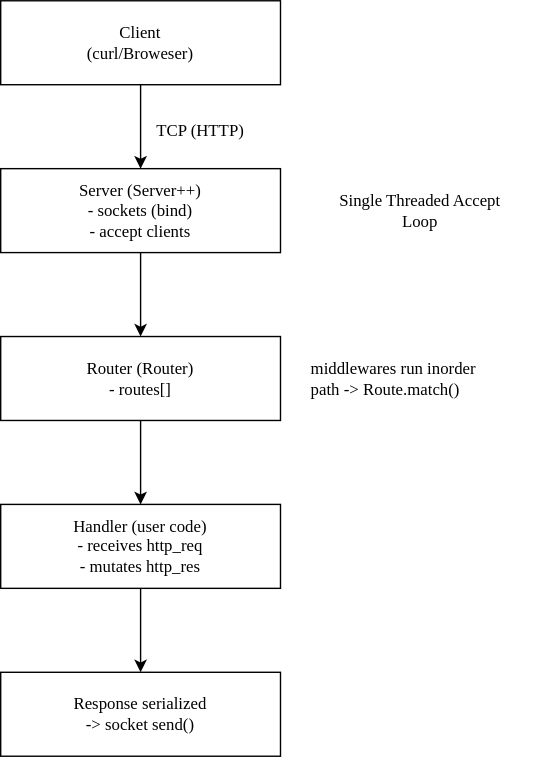
The draw.io diagram assets/Architecture.svg in black-operative/Server-Plus-Plus, before a commit. Source tidied: cells renumbered, new cells last; positions are measured from the earlier drawing's top-left corner, leaving out a move shared by most shapes.
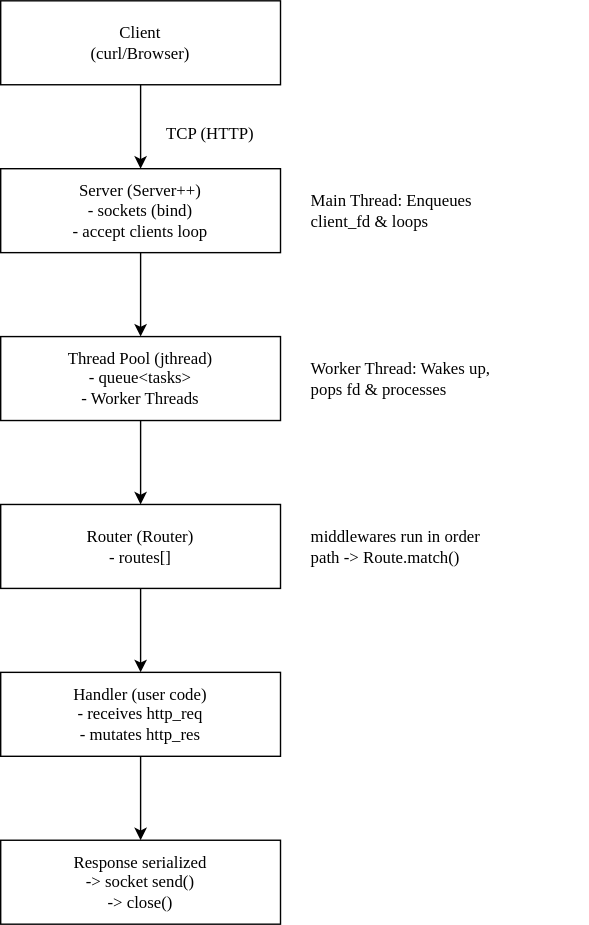
After the change.

Commit message:
- Move to C++20 for `std::jthread` - Add `std::jthread` based Thread_Pool class for parrallel execution.

The edit, as a diff of the source:
```diff
@@ -2,41 +2,50 @@
   <root>
     <mxCell id="0" />
     <mxCell id="1" parent="0" />
-    <mxCell id="2" style="edgeStyle=orthogonalEdgeStyle;rounded=0;jettySize=auto;html=1;fontFamily=Lucida Console;" parent="1" edge="1" source="3" target="5">
-      <mxGeometry relative="1" as="geometry" />
-    </mxCell>
-    <mxCell id="3" value="Client&lt;div&gt;(curl/Broweser)&lt;/div&gt;" style="rounded=0;whiteSpace=wrap;html=1;fontFamily=Lucida Console;" parent="1" vertex="1">
-      <mxGeometry width="200" height="60" as="geometry" />
-    </mxCell>
-    <mxCell id="4" style="edgeStyle=orthogonalEdgeStyle;rounded=0;jettySize=auto;html=1;fontFamily=Lucida Console;" parent="1" edge="1" source="5" target="7">
-      <mxGeometry relative="1" as="geometry" />
-    </mxCell>
-    <mxCell id="5" value="Server (Server++)&lt;div&gt;- sockets (bind)&lt;/div&gt;&lt;div&gt;- accept clients&lt;/div&gt;" style="rounded=0;whiteSpace=wrap;html=1;fontFamily=Lucida Console;" parent="1" vertex="1">
-      <mxGeometry y="120" width="200" height="60" as="geometry" />
-    </mxCell>
+    <mxCell id="14" value="Client&lt;div&gt;(curl/Browser)&lt;/div&gt;" style="rounded=0;whiteSpace=wrap;html=1;fontFamily=Lucida Console;" parent="1" vertex="1">
+      <mxGeometry y="-120" width="200" height="60" as="geometry" />
+    </mxCell>
+    <mxCell id="15" style="edgeStyle=orthogonalEdgeStyle;rounded=0;jettySize=auto;html=1;fontFamily=Lucida Console;" parent="1" edge="1" source="14" target="16">
+      <mxGeometry relative="1" as="geometry" />
+    </mxCell>
+    <mxCell id="16" value="Server (Server++)&lt;div&gt;- sockets (bind)&lt;/div&gt;&lt;div&gt;- accept clients loop&lt;/div&gt;" style="rounded=0;whiteSpace=wrap;html=1;fontFamily=Lucida Console;" parent="1" vertex="1">
+      <mxGeometry width="200" height="60" as="geometry" />
+    </mxCell>
+    <mxCell id="17" style="edgeStyle=orthogonalEdgeStyle;rounded=0;jettySize=auto;html=1;fontFamily=Lucida Console;" parent="1" edge="1" source="16" target="18">
+      <mxGeometry relative="1" as="geometry" />
+    </mxCell>
+    <mxCell id="18" value="Thread Pool (jthread)&lt;div&gt;- queue&amp;lt;tasks&amp;gt;&lt;/div&gt;&lt;div&gt;- Worker Threads&lt;/div&gt;" style="rounded=0;whiteSpace=wrap;html=1;fontFamily=Lucida Console;fillColor=default;strokeColor=default;align=center;verticalAlign=middle;fontSize=12;fontColor=default;" parent="1" vertex="1">
+      <mxGeometry y="120" width="200" height="60" as="geometry" />
+    </mxCell>
+    <mxCell id="19" style="edgeStyle=orthogonalEdgeStyle;rounded=0;jettySize=auto;html=1;fontFamily=Lucida Console;" parent="1" edge="1" source="18" target="7">
+      <mxGeometry relative="1" as="geometry" />
+    </mxCell>
+    <mxCell id="7" value="Router (Router)&lt;div&gt;- routes[]&lt;/div&gt;" style="rounded=0;whiteSpace=wrap;html=1;fontFamily=Lucida Console;" parent="1" vertex="1">
+      <mxGeometry y="240" width="200" height="60" as="geometry" />
+    </mxCell>
     <mxCell id="6" style="edgeStyle=orthogonalEdgeStyle;rounded=0;jettySize=auto;html=1;fontFamily=Lucida Console;" parent="1" edge="1" source="7" target="9">
       <mxGeometry relative="1" as="geometry" />
     </mxCell>
-    <mxCell id="7" value="Router (Router)&lt;div&gt;- routes[]&lt;/div&gt;" style="rounded=0;whiteSpace=wrap;html=1;fontFamily=Lucida Console;" parent="1" vertex="1">
-      <mxGeometry y="240" width="200" height="60" as="geometry" />
-    </mxCell>
-    <mxCell id="8" style="edgeStyle=orthogonalEdgeStyle;rounded=0;jettySize=auto;html=1;fontFamily=Lucida Console;" parent="1" edge="1" source="9" target="10">
-      <mxGeometry relative="1" as="geometry" />
-    </mxCell>
-    <mxCell id="9" value="&lt;div&gt;Handler (user code)&lt;/div&gt;&lt;div&gt;- receives http_req&lt;/div&gt;&lt;div&gt;- mutates http_res&lt;/div&gt;" style="rounded=0;whiteSpace=wrap;html=1;fontFamily=Lucida Console;" parent="1" vertex="1">
+    <mxCell id="9" value="Handler (user code)&lt;div&gt;- receives http_req&lt;/div&gt;&lt;div&gt;- mutates http_res&lt;/div&gt;" style="rounded=0;whiteSpace=wrap;html=1;fontFamily=Lucida Console;" parent="1" vertex="1">
       <mxGeometry y="360" width="200" height="60" as="geometry" />
     </mxCell>
-    <mxCell id="10" value="Response serialized&lt;div&gt;-&amp;gt; socket send()&lt;/div&gt;" style="rounded=0;whiteSpace=wrap;html=1;fontFamily=Lucida Console;" parent="1" vertex="1">
-      <mxGeometry y="480" width="200" height="60" as="geometry" />
-    </mxCell>
+    <mxCell id="20" style="edgeStyle=orthogonalEdgeStyle;rounded=0;jettySize=auto;html=1;fontFamily=Lucida Console;" parent="1" edge="1" source="9" target="21">
+      <mxGeometry relative="1" as="geometry" />
+    </mxCell>
+    <mxCell id="21" value="Response serialized&lt;div&gt;-&amp;gt; socket send()&lt;/div&gt;&lt;div&gt;-&amp;gt; close()&lt;/div&gt;" style="rounded=0;whiteSpace=wrap;html=1;fontFamily=Lucida Console;" parent="1" vertex="1">
+      <mxGeometry y="480" width="200" height="60" as="geometry" />
+    </mxCell>
-    <mxCell id="11" value="&lt;font&gt;TCP (HTTP)&lt;/font&gt;" style="text;html=1;whiteSpace=wrap;strokeColor=none;fillColor=none;align=center;verticalAlign=middle;rounded=0;fontFamily=Lucida Console;" parent="1" vertex="1">
-      <mxGeometry x="103" y="78" width="80" height="30" as="geometry" />
+    <mxCell id="11" value="&lt;font face=&quot;Lucida Console&quot;&gt;TCP (HTTP)&lt;/font&gt;" style="text;html=1;whiteSpace=wrap;strokeColor=none;fillColor=none;align=center;verticalAlign=middle;rounded=0;" parent="1" vertex="1">
+      <mxGeometry x="100" y="-40" width="100" height="30" as="geometry" />
     </mxCell>
-    <mxCell id="12" value="&lt;font face=&quot;Lucida Console&quot;&gt;Single Threaded Accept Loop&lt;/font&gt;" style="text;html=1;whiteSpace=wrap;strokeColor=none;fillColor=none;align=center;verticalAlign=middle;rounded=0;" parent="1" vertex="1">
-      <mxGeometry x="240" y="135" width="120" height="30" as="geometry" />
-    </mxCell>
-    <mxCell id="13" value="&lt;font face=&quot;Lucida Console&quot;&gt;middlewares run inorder&lt;/font&gt;&lt;div&gt;&lt;font face=&quot;Lucida Console&quot;&gt;path -&amp;gt; Route.match()&lt;/font&gt;&lt;/div&gt;" style="text;html=1;whiteSpace=wrap;strokeColor=none;fillColor=none;align=left;verticalAlign=middle;rounded=0;" parent="1" vertex="1">
-      <mxGeometry x="220" y="255" width="170" height="30" as="geometry" />
-    </mxCell>
+    <mxCell id="22" value="&lt;font face=&quot;Lucida Console&quot;&gt;Main Thread: Enqueues&lt;br&gt;client_fd &amp;amp; loops&lt;/font&gt;" style="text;html=1;whiteSpace=wrap;strokeColor=none;fillColor=none;align=left;verticalAlign=middle;rounded=0;" parent="1" vertex="1">
+      <mxGeometry x="220" y="15" width="200" height="30" as="geometry" />
+    </mxCell>
+    <mxCell id="23" value="&lt;font face=&quot;Lucida Console&quot;&gt;Worker Thread: Wakes up,&lt;br&gt;pops fd &amp;amp; processes&lt;/font&gt;" style="text;html=1;whiteSpace=wrap;strokeColor=none;fillColor=none;align=left;verticalAlign=middle;rounded=0;" parent="1" vertex="1">
+      <mxGeometry x="220" y="135" width="200" height="30" as="geometry" />
+    </mxCell>
+    <mxCell id="24" value="&lt;font face=&quot;Lucida Console&quot;&gt;middlewares run in order&lt;br&gt;path -&amp;gt; Route.match()&lt;/font&gt;" style="text;html=1;whiteSpace=wrap;strokeColor=none;fillColor=none;align=left;verticalAlign=middle;rounded=0;" parent="1" vertex="1">
+      <mxGeometry x="220" y="255" width="200" height="30" as="geometry" />
+    </mxCell>
   </root>
 </mxGraphModel>
```
